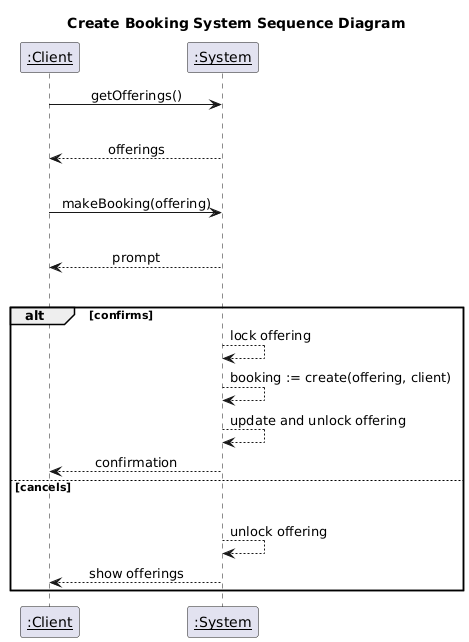
Earlier version of the PlantUML export deliverables/assets/create_booking_system_sequence_diagram.png (PrinceOfNothingg/Lesson-Booking-Management-System).
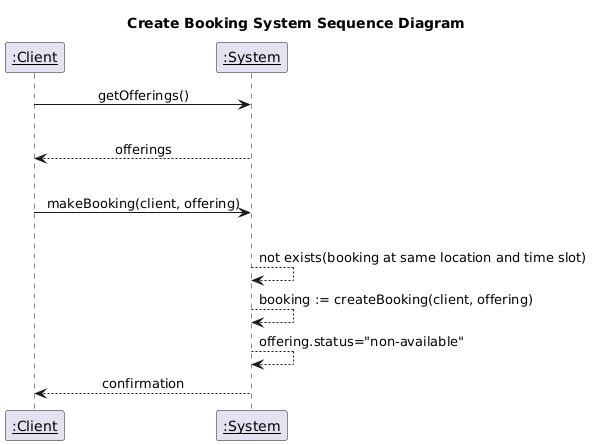
After the change.

Diff of the diagram source:
```diff
@@ -1,8 +1,6 @@
 @startuml
 participant "__:Client__" as actor
 participant "__:System__" as system
-participant "__:System__" as system
-
 
 title Create Booking System Sequence Diagram
 skinparam sequenceMessageAlign center
@@ -11,20 +9,11 @@
 |||
 system --> actor : offerings
 |||
-actor -> system : makeBooking(offering)
+actor -> system : makeBooking(client, offering)
 |||
-system --> actor : prompt
-|||
-alt confirms
-system --> system : lock offering
-system --> system : booking := create(offering, client)
-system --> system : update and unlock offering
+system --> system : not exists(booking at same location and time slot)
 
+system --> system : booking := createBooking(client, offering)
+system --> system : offering.status="non-available"
 system --> actor : confirmation
-else cancels
-|||
-system --> system : unlock offering
-system --> actor : show offerings
-
-end
 @enduml
```
